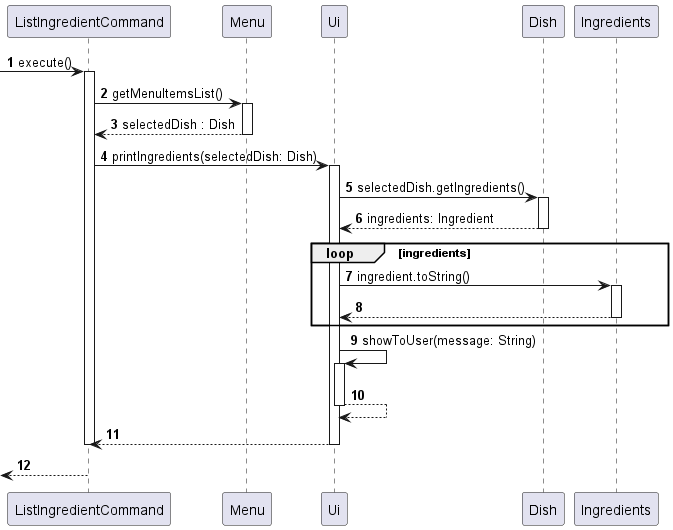
This is docs/images/sequence/ListIngredientCommand_execute.png from nus-cs2113-AY2324S1/tp, a PlantUML export, as it was before one commit. Its source is kept beside it as docs/diagrams/sequence/ListIngredientCommand_execute.puml.
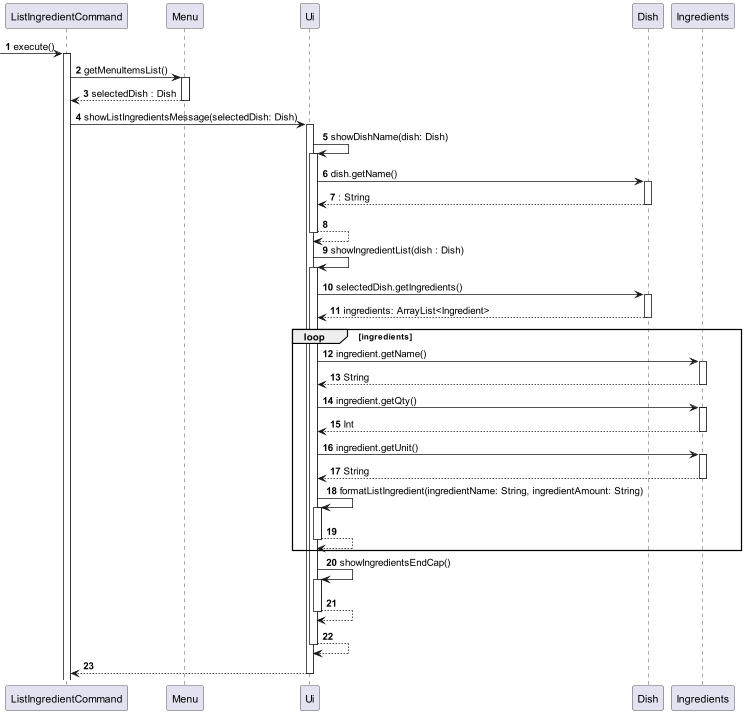
The same file after the commit.

Commit message:
Add in sequence diagram for list_ingredients command.

Diff of the diagram source:
```diff
@@ -6,6 +6,7 @@
 !define PARSER class Parser
 
 autonumber
+
  -> ListIngredientCommand: execute()
 
 activate ListIngredientCommand
@@ -14,28 +15,47 @@
 Menu --> ListIngredientCommand: selectedDish : Dish
 deactivate Menu
 
-ListIngredientCommand -> Ui : printIngredients(selectedDish: Dish)
+ListIngredientCommand -> Ui : showListIngredientsMessage(selectedDish: Dish)
 activate Ui
+
+Ui -> Ui : showDishName(dish: Dish)
+activate Ui
+Ui -> Dish : dish.getName()
+activate Dish
+return : String
+return
+
+Ui -> Ui : showIngredientList(dish : Dish)
+activate Ui
+
 Ui -> Dish : selectedDish.getIngredients()
 activate Dish
-Dish --> Ui : ingredients: Ingredient
-deactivate Dish
+return ingredients: ArrayList<Ingredient>
+
 
 
 loop ingredients
-Ui -> Ingredients: ingredient.toString()
+Ui -> Ingredients: ingredient.getName()
 activate Ingredients
-Ingredients --> Ui
+Ingredients --> Ui :String
 deactivate Ingredients
+Ui -> Ingredients: ingredient.getQty()
+activate Ingredients
+Ingredients --> Ui :Int
+deactivate Ingredients
+Ui -> Ingredients: ingredient.getUnit()
+activate Ingredients
+Ingredients --> Ui :String
+deactivate Ingredients
+Ui -> Ui : formatListIngredient(ingredientName: String, ingredientAmount: String)
+activate Ui
+return
 end loop
 
-Ui -> Ui: showToUser(message: String)
+Ui -> Ui: showIngredientsEndCap()
 activate Ui
-Ui --> Ui
-deactivate Ui
-Ui --> ListIngredientCommand
-deactivate Ui
-deactivate ListIngredientCommand
-<-- ListIngredientCommand
+return
+return
+return
 
 @enduml
```
